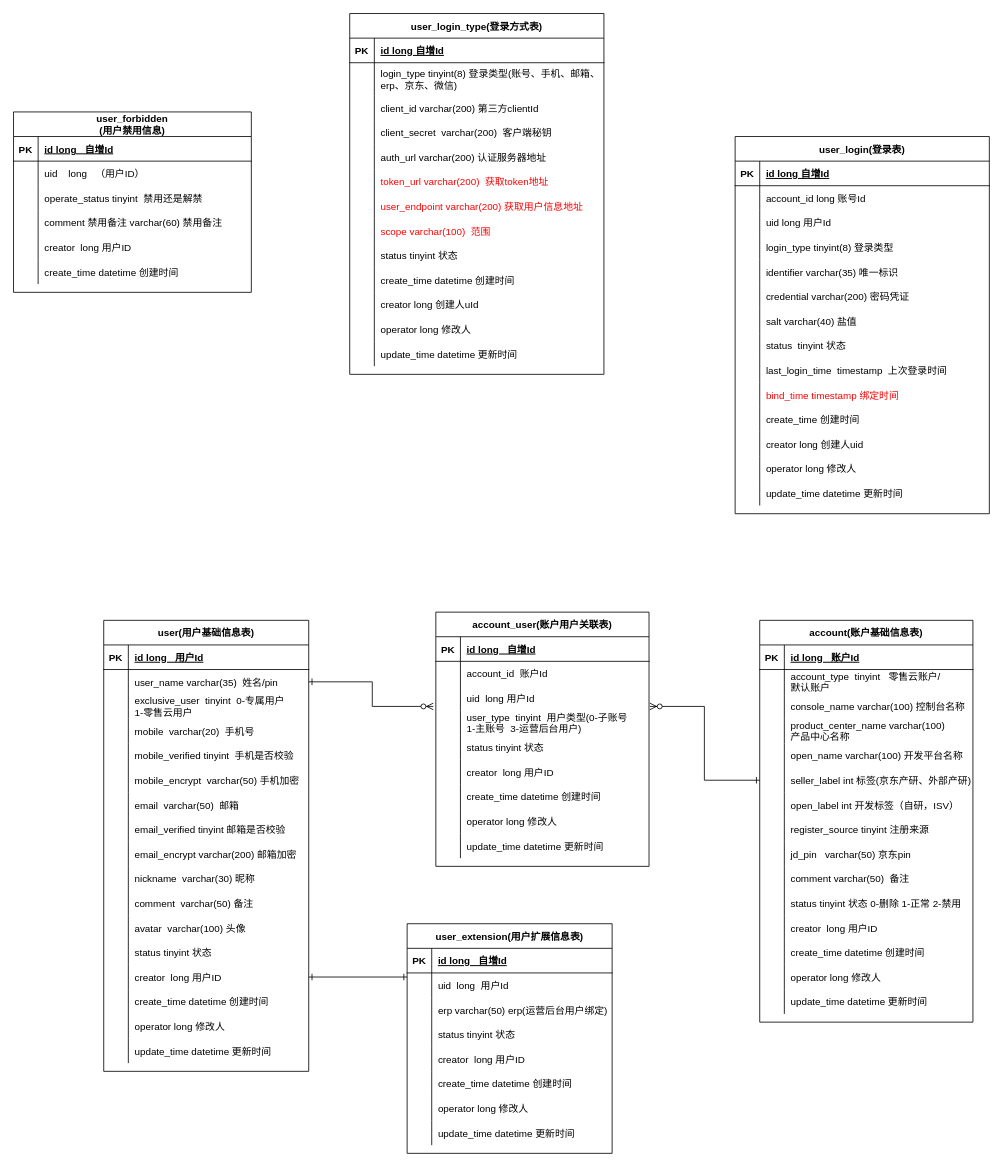
AjaxXu/Diagram keeps this draw.io diagram as page "新账号模型" (1 of 10) of idaas.drawio. Above is the earlier version. Source tidied: cells renumbered, new cells numbered last; positions are measured from the earlier drawing's top-left corner, leaving out a move shared by most shapes. Both pictures are drawn from the tidied source at 82%, with x=0, y=0 at pixel (-36, 13).
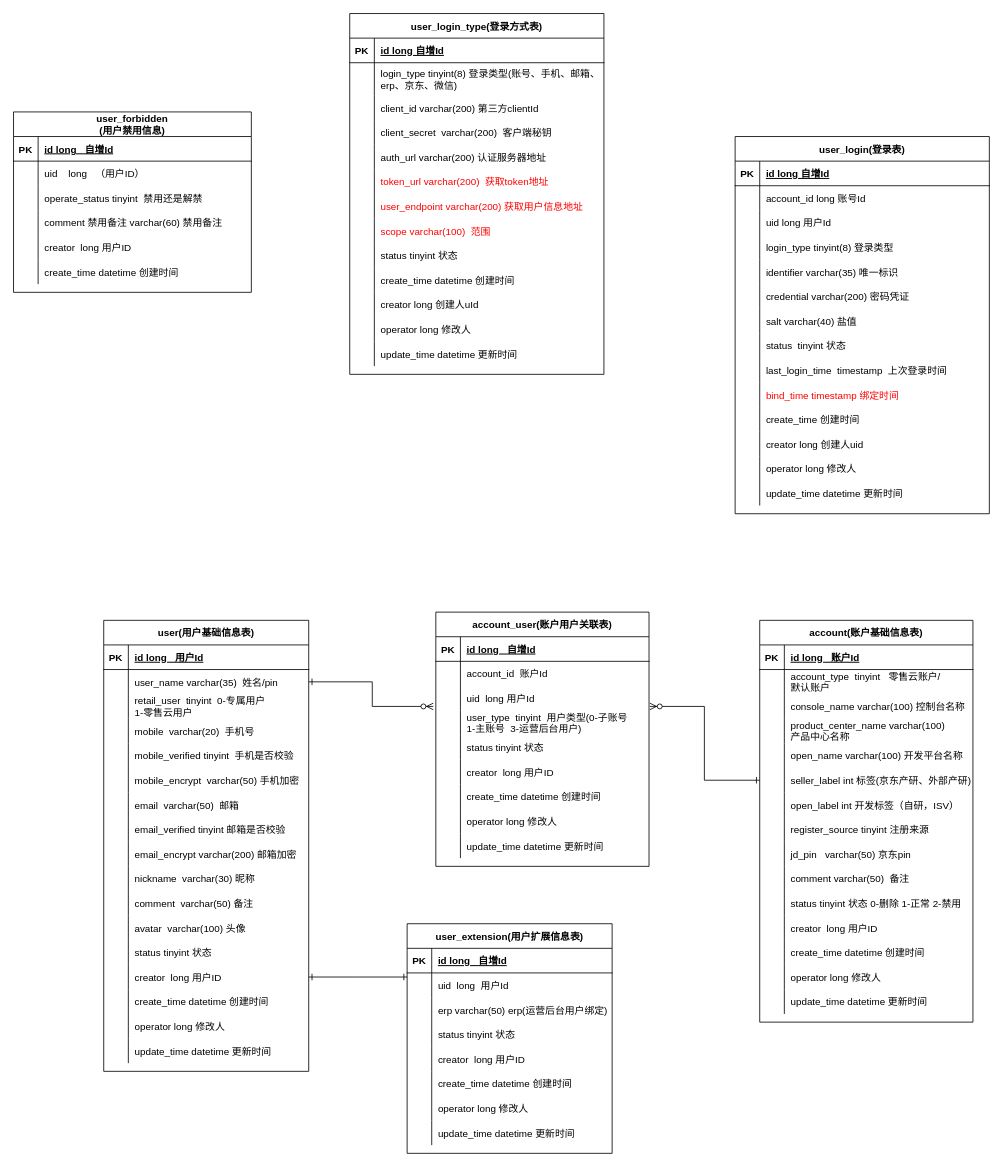
The same diagram, later.

The change refers to these unchanged cells:
```xml
<mxCell id="55" style="shape=partialRectangle;fillColor=none;top=0;left=0;right=0;bottom=0;" parent="48" vertex="1">
  <mxGeometry y="90" width="250" height="30" as="geometry" />
</mxCell>
```

Diff of the diagram source:
```diff
@@
-    <mxCell id="57" value="exclusive_user  tinyint  0-专属用户  &#10;1-零售云用户" style="shape=partialRectangle;overflow=hidden;fillColor=none;top=0;left=0;bottom=0;right=0;align=left;spacingLeft=6;" parent="55" vertex="1">
+    <mxCell id="57" value="retail_user  tinyint  0-专属用户  &#10;1-零售云用户" style="shape=partialRectangle;overflow=hidden;fillColor=none;top=0;left=0;bottom=0;right=0;align=left;spacingLeft=6;" parent="55" vertex="1">
       <mxGeometry x="30" width="220" height="30" as="geometry" />
     </mxCell>
```
